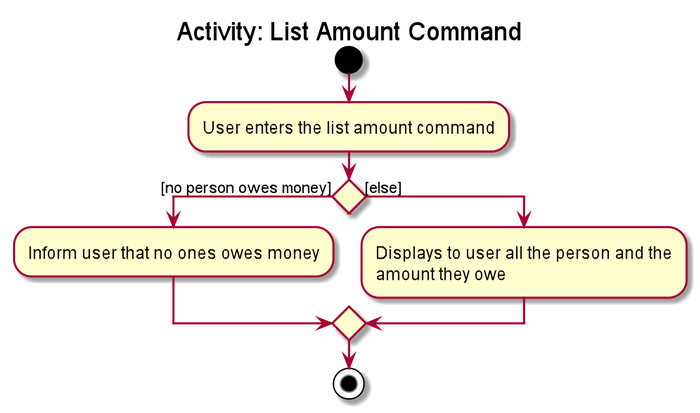
Before: docs/images/ExpenseSplitterListAmountCommandActivityDiagram.png, a diagram exported from PlantUML (nus-cs2103-AY1920S2/addressbook-level3). Source of this version:
```plantuml
@startuml
title Activity: List Amount Command

start
:User enters the list amount command;

if () then ([no person owes money])
    :Inform user that no ones owes money;
else ([else])
    :Displays to user all the person and the
    amount they owe;

endif
stop
@enduml
```
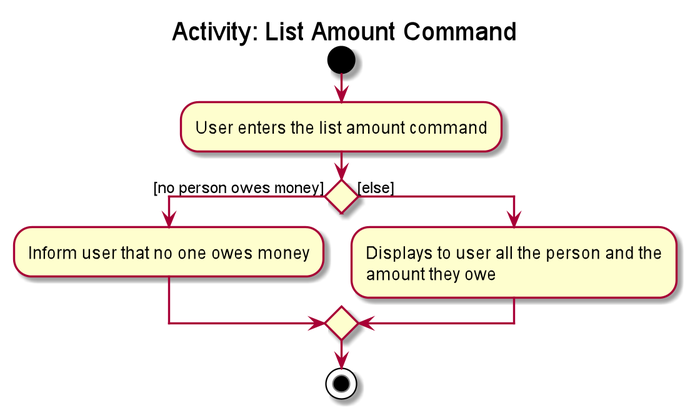
Later version of the same file.

What changed in the source:
```diff
@@ -5,7 +5,7 @@
 :User enters the list amount command;
 
 if () then ([no person owes money])
-    :Inform user that no ones owes money;
+    :Inform user that no one owes money;
 else ([else])
     :Displays to user all the person and the
     amount they owe;
```
